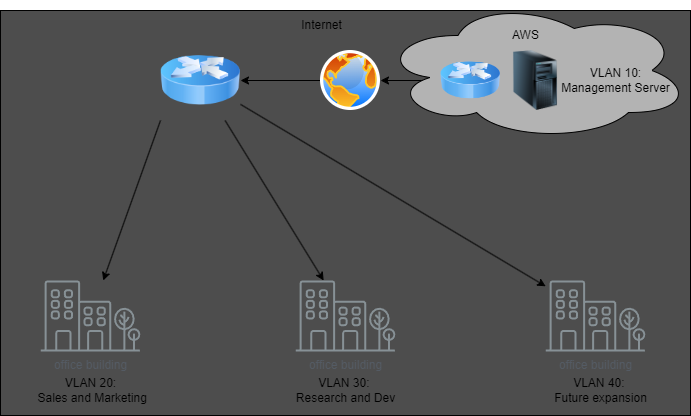
This is topologies-images/lan.drawio.png from BlueByteSolutions/BlueByte, a draw.io export, as it was before one commit. Source tidied: cells renumbered, new cells last; positions are measured from the earlier drawing's top-left corner, leaving out a move shared by most shapes.
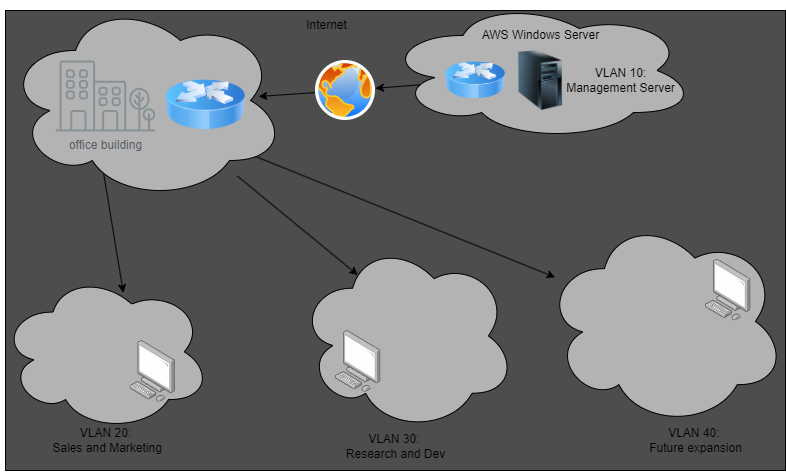
Later version of the same file.

Commit message:
edited for better understanding

Diff of the diagram source:
```diff
@@ -3,13 +3,13 @@
     <mxCell id="0" />
     <mxCell id="1" parent="0" />
     <mxCell id="2" style="rounded=0;whiteSpace=wrap;html=1;fillColor=#4D4D4D;" parent="1" vertex="1">
-      <mxGeometry y="10" width="690" height="405" as="geometry" />
+      <mxGeometry y="10" width="780" height="460" as="geometry" />
     </mxCell>
-    <mxCell id="3" style="edgeStyle=none;html=1;" parent="1" edge="1" source="4" target="16">
+    <mxCell id="3" style="edgeStyle=none;html=1;entryX=0.904;entryY=0.48;entryDx=0;entryDy=0;entryPerimeter=0;" parent="1" edge="1" source="4" target="28">
       <mxGeometry relative="1" as="geometry" />
     </mxCell>
     <mxCell id="4" style="perimeter=ellipsePerimeter;html=1;align=center;shadow=0;dashed=0;spacingTop=3;image;image=img/lib/active_directory/internet_globe.svg;fillColor=#66B2FF;" parent="1" vertex="1">
-      <mxGeometry x="320" y="50" width="60" height="60" as="geometry" />
+      <mxGeometry x="310" y="60" width="60" height="60" as="geometry" />
     </mxCell>
     <mxCell id="5" style="edgeStyle=none;html=1;" parent="1" edge="1" source="19" target="4">
       <mxGeometry relative="1" as="geometry" />
@@ -18,35 +18,26 @@
       <mxGeometry x="290.5" y="10" width="60" height="30" as="geometry" />
     </mxCell>
     <mxCell id="7" value="VLAN 20:&lt;br&gt;&amp;nbsp;Sales and Marketing" style="text;html=1;align=center;verticalAlign=middle;strokeColor=none;fillColor=none;" parent="1" vertex="1">
-      <mxGeometry x="20" y="370" width="140" height="40" as="geometry" />
+      <mxGeometry x="30" y="420" width="140" height="40" as="geometry" />
     </mxCell>
     <mxCell id="8" value="VLAN 30:&amp;nbsp;&lt;br&gt;Research and Dev" style="text;html=1;align=center;verticalAlign=middle;strokeColor=none;fillColor=none;" parent="1" vertex="1">
-      <mxGeometry x="285" y="370" width="120" height="40" as="geometry" />
+      <mxGeometry x="330" y="426.4" width="120" height="40" as="geometry" />
     </mxCell>
     <mxCell id="9" value="VLAN 40:&amp;nbsp;&lt;br&gt;Future expansion" style="text;html=1;align=center;verticalAlign=middle;strokeColor=none;fillColor=none;" parent="1" vertex="1">
-      <mxGeometry x="540" y="370" width="120" height="40" as="geometry" />
+      <mxGeometry x="630" y="420" width="120" height="40" as="geometry" />
     </mxCell>
-    <mxCell id="10" style="edgeStyle=none;html=1;exitX=0;exitY=1;exitDx=0;exitDy=0;" parent="1" edge="1" source="16" target="12">
+    <mxCell id="10" style="edgeStyle=none;html=1;exitX=-0.025;exitY=0.663;exitDx=0;exitDy=0;exitPerimeter=0;" parent="1" edge="1" source="16" target="12">
       <mxGeometry relative="1" as="geometry" />
     </mxCell>
-    <mxCell id="11" value="office building" style="sketch=0;outlineConnect=0;gradientColor=none;fontColor=#545B64;strokeColor=none;fillColor=#879196;dashed=0;verticalLabelPosition=bottom;verticalAlign=top;align=center;html=1;fontSize=12;fontStyle=0;shape=mxgraph.aws4.illustration_office_building;" parent="1" vertex="1">
-      <mxGeometry x="295" y="280" width="100" height="71" as="geometry" />
-    </mxCell>
-    <mxCell id="12" value="office building" style="sketch=0;outlineConnect=0;gradientColor=none;fontColor=#545B64;strokeColor=none;fillColor=#879196;dashed=0;verticalLabelPosition=bottom;verticalAlign=top;align=center;html=1;fontSize=12;fontStyle=0;shape=mxgraph.aws4.illustration_office_building;" parent="1" vertex="1">
-      <mxGeometry x="40" y="280" width="100" height="71" as="geometry" />
-    </mxCell>
-    <mxCell id="13" value="office building" style="sketch=0;outlineConnect=0;gradientColor=none;fontColor=#545B64;strokeColor=none;fillColor=#879196;dashed=0;verticalLabelPosition=bottom;verticalAlign=top;align=center;html=1;fontSize=12;fontStyle=0;shape=mxgraph.aws4.illustration_office_building;" parent="1" vertex="1">
-      <mxGeometry x="545" y="280" width="100" height="71" as="geometry" />
-    </mxCell>
+    <mxCell id="22" style="edgeStyle=none;html=1;entryX=0.274;entryY=0.181;entryDx=0;entryDy=0;entryPerimeter=0;" parent="1" edge="1" source="28" target="26">
+      <mxGeometry relative="1" as="geometry" />
+    </mxCell>
+    <mxCell id="23" style="edgeStyle=none;html=1;startArrow=none;" parent="1" edge="1" source="12" target="24">
+      <mxGeometry relative="1" as="geometry" />
+    </mxCell>
-    <mxCell id="14" style="edgeStyle=none;html=1;" parent="1" edge="1" source="16" target="11">
+    <mxCell id="14" style="edgeStyle=none;html=1;exitX=0.35;exitY=0.86;exitDx=0;exitDy=0;exitPerimeter=0;entryX=0.585;entryY=0.129;entryDx=0;entryDy=0;entryPerimeter=0;" parent="1" edge="1" source="28" target="29">
       <mxGeometry relative="1" as="geometry" />
     </mxCell>
-    <mxCell id="15" style="edgeStyle=none;html=1;" parent="1" edge="1" source="16" target="13">
-      <mxGeometry relative="1" as="geometry" />
-    </mxCell>
-    <mxCell id="16" style="image;html=1;image=img/lib/clip_art/networking/Router_Icon_128x128.png;fillColor=#4D4D4D;" parent="1" vertex="1">
-      <mxGeometry x="160" y="40" width="80" height="80" as="geometry" />
-    </mxCell>
     <mxCell id="17" style="ellipse;shape=cloud;whiteSpace=wrap;html=1;fillColor=#B3B3B3;" parent="1" vertex="1">
       <mxGeometry x="380" width="310" height="140" as="geometry" />
     </mxCell>
@@ -59,8 +50,35 @@
     <mxCell id="20" value="VLAN 10:&lt;br&gt;Management Server" style="text;html=1;align=center;verticalAlign=middle;strokeColor=none;fillColor=none;" parent="1" vertex="1">
       <mxGeometry x="550" y="60" width="130" height="40" as="geometry" />
     </mxCell>
-    <mxCell id="21" value="AWS" style="text;html=1;align=center;verticalAlign=middle;strokeColor=none;fillColor=none;" parent="1" vertex="1">
-      <mxGeometry x="500" y="20" width="50" height="30" as="geometry" />
+    <mxCell id="21" value="AWS Windows Server" style="text;html=1;align=center;verticalAlign=middle;strokeColor=none;fillColor=none;" parent="1" vertex="1">
+      <mxGeometry x="465" y="20" width="140" height="30" as="geometry" />
     </mxCell>
+    <mxCell id="24" style="ellipse;shape=cloud;whiteSpace=wrap;html=1;fillColor=#B3B3B3;" parent="1" vertex="1">
+      <mxGeometry x="538.6" y="215.4" width="241.4" height="210.9" as="geometry" />
+    </mxCell>
+    <mxCell id="25" style="html=1;align=center;shadow=0;dashed=0;image;image=img/lib/allied_telesis/computer_and_terminals/Personal_Computer.svg;fillColor=#B3B3B3;" parent="1" vertex="1">
+      <mxGeometry x="700" y="258.6" width="45.6" height="61.8" as="geometry" />
+    </mxCell>
+    <mxCell id="26" style="ellipse;shape=cloud;whiteSpace=wrap;html=1;fillColor=#B3B3B3;" parent="1" vertex="1">
+      <mxGeometry x="292.8" y="240" width="217.2" height="190.9" as="geometry" />
+    </mxCell>
+    <mxCell id="27" style="html=1;align=center;shadow=0;dashed=0;image;image=img/lib/allied_telesis/computer_and_terminals/Personal_Computer.svg;fillColor=#B3B3B3;" parent="1" vertex="1">
+      <mxGeometry x="330" y="330" width="45.6" height="61.8" as="geometry" />
+    </mxCell>
+    <mxCell id="28" style="ellipse;shape=cloud;whiteSpace=wrap;html=1;fillColor=#B3B3B3;" parent="1" vertex="1">
+      <mxGeometry width="280" height="200" as="geometry" />
+    </mxCell>
+    <mxCell id="16" style="image;html=1;image=img/lib/clip_art/networking/Router_Icon_128x128.png;fillColor=#4D4D4D;" parent="1" vertex="1">
+      <mxGeometry x="160" y="64.5" width="80" height="80" as="geometry" />
+    </mxCell>
+    <mxCell id="12" value="office building" style="sketch=0;outlineConnect=0;gradientColor=none;fontColor=#545B64;strokeColor=none;fillColor=#879196;dashed=0;verticalLabelPosition=bottom;verticalAlign=top;align=center;html=1;fontSize=12;fontStyle=0;shape=mxgraph.aws4.illustration_office_building;" parent="1" vertex="1">
+      <mxGeometry x="50" y="60" width="100" height="71" as="geometry" />
+    </mxCell>
+    <mxCell id="29" style="ellipse;shape=cloud;whiteSpace=wrap;html=1;fillColor=#B3B3B3;" parent="1" vertex="1">
+      <mxGeometry x="-5" y="271.8" width="210" height="159.1" as="geometry" />
+    </mxCell>
+    <mxCell id="30" style="html=1;align=center;shadow=0;dashed=0;image;image=img/lib/allied_telesis/computer_and_terminals/Personal_Computer.svg;fillColor=#B3B3B3;" parent="1" vertex="1">
+      <mxGeometry x="124.4" y="340" width="45.6" height="61.8" as="geometry" />
+    </mxCell>
   </root>
 </mxGraphModel>
```
